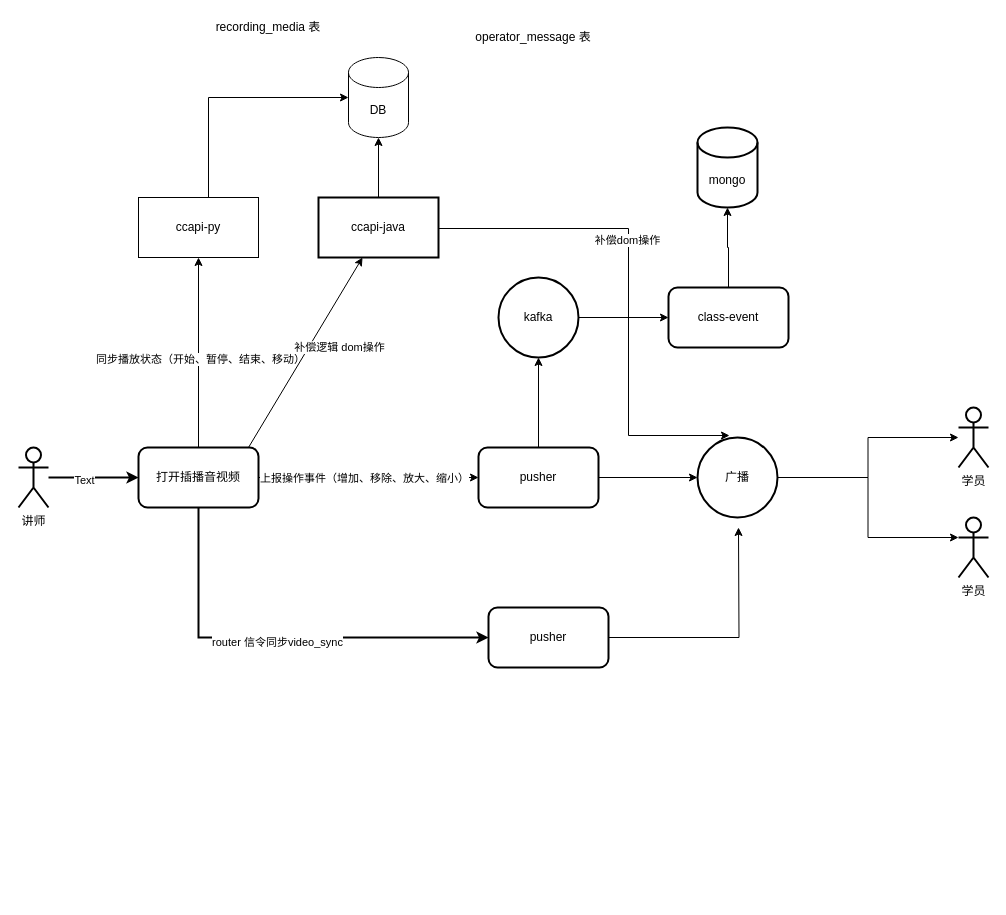
Above: 讲师离开插播音视频正常播放.drawio in pkx10086/diagram (draw.io), before the change. Source tidied: cells renumbered, new cells numbered last; positions are measured from the earlier drawing's top-left corner, leaving out a move shared by most shapes. Both pictures are drawn from the tidied source at 100%, with x=0, y=0 at pixel (18, 17).
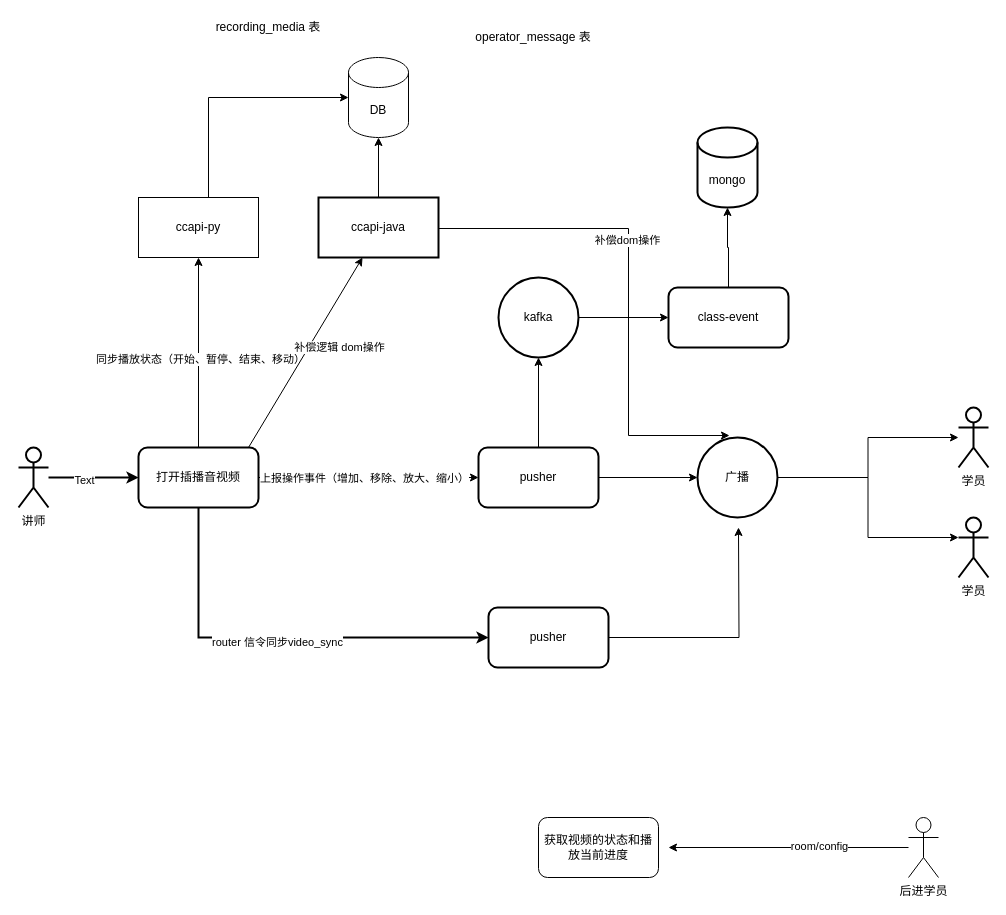
The same page after the edit.

Commit message (it also covers changes not shown here):
更新讲师离开插播音视频正常播放.drawio

The edit, as a diff of the source:
```diff
@@
+    <mxCell id="38" style="edgeStyle=orthogonalEdgeStyle;rounded=0;jettySize=auto;html=1;" parent="1" edge="1" source="40">
+      <mxGeometry relative="1" as="geometry">
+        <mxPoint x="650" y="830" as="targetPoint" />
+      </mxGeometry>
+    </mxCell>
+    <mxCell id="39" value="room/config" style="edgeLabel;html=1;align=center;verticalAlign=middle;" parent="38" vertex="1">
+      <mxGeometry x="-0.25" y="-2" relative="1" as="geometry" />
+    </mxCell>
+    <mxCell id="40" value="后进学员" style="shape=umlActor;verticalLabelPosition=bottom;verticalAlign=top;html=1;" parent="1" vertex="1">
+      <mxGeometry x="890" y="800" width="30" height="60" as="geometry" />
+    </mxCell>
+    <mxCell id="41" value="获取视频的状态和播放当前进度" style="rounded=1;whiteSpace=wrap;html=1;" parent="1" vertex="1">
+      <mxGeometry x="520" y="800" width="120" height="60" as="geometry" />
+    </mxCell>
```
